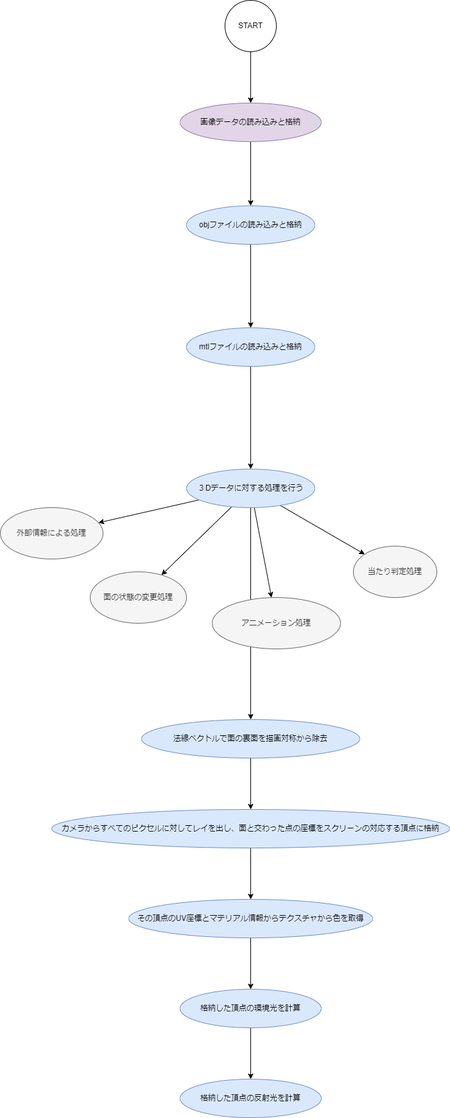
This is drawio/overrall.drawio.png from Tanso-mct/GLPA, a draw.io export, as it was before one commit. Source tidied: cells renumbered, new cells last; positions are measured from the earlier drawing's top-left corner, leaving out a move shared by most shapes.
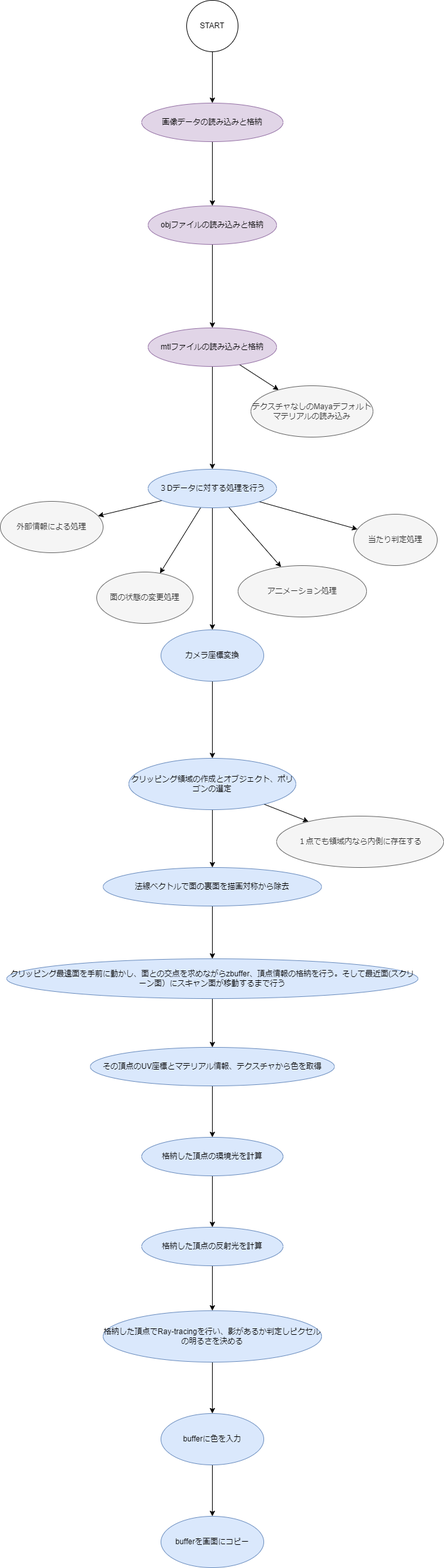
After the commit.

Commit message:
フローチャート進行

Change to the diagram source:
```diff
@@ -11,7 +11,7 @@
     <mxCell id="4" style="edgeStyle=none;html=1;fontFamily=Helvetica;fontSize=12;fontColor=#333333;" parent="1" edge="1" source="5" target="9">
       <mxGeometry relative="1" as="geometry" />
     </mxCell>
-    <mxCell id="5" value="objファイルの読み込みと格納" style="ellipse;whiteSpace=wrap;html=1;fontFamily=Helvetica;fontSize=12;align=center;strokeColor=#6c8ebf;fillColor=#dae8fc;" parent="1" vertex="1">
+    <mxCell id="5" value="objファイルの読み込みと格納" style="ellipse;whiteSpace=wrap;html=1;fontFamily=Helvetica;fontSize=12;align=center;strokeColor=#9673a6;fillColor=#e1d5e7;" parent="1" vertex="1">
       <mxGeometry x="290" y="320" width="200" height="60" as="geometry" />
     </mxCell>
     <mxCell id="6" style="edgeStyle=none;html=1;fontFamily=Helvetica;fontSize=12;fontColor=#333333;" parent="1" edge="1" source="7" target="5">
@@ -23,12 +23,12 @@
     <mxCell id="8" style="edgeStyle=none;html=1;fontFamily=Helvetica;fontSize=12;fontColor=#333333;" parent="1" edge="1" source="9" target="15">
       <mxGeometry relative="1" as="geometry" />
     </mxCell>
+    <mxCell id="29" style="edgeStyle=none;html=1;fontFamily=Helvetica;fontSize=12;fontColor=#333333;" parent="1" edge="1" source="9" target="32">
+      <mxGeometry relative="1" as="geometry" />
+    </mxCell>
-    <mxCell id="9" value="mtlファイルの読み込みと格納" style="ellipse;whiteSpace=wrap;html=1;fontFamily=Helvetica;fontSize=12;align=center;strokeColor=#6c8ebf;fillColor=#dae8fc;" parent="1" vertex="1">
+    <mxCell id="9" value="mtlファイルの読み込みと格納" style="ellipse;whiteSpace=wrap;html=1;fontFamily=Helvetica;fontSize=12;align=center;strokeColor=#9673a6;fillColor=#e1d5e7;" parent="1" vertex="1">
       <mxGeometry x="290" y="510" width="200" height="60" as="geometry" />
     </mxCell>
-    <mxCell id="10" style="edgeStyle=none;html=1;fontFamily=Helvetica;fontSize=12;fontColor=#333333;" parent="1" edge="1" source="15" target="17">
-      <mxGeometry relative="1" as="geometry" />
-    </mxCell>
     <mxCell id="11" style="edgeStyle=none;html=1;fontFamily=Helvetica;fontSize=12;fontColor=#333333;" parent="1" edge="1" source="15" target="25">
       <mxGeometry relative="1" as="geometry" />
     </mxCell>
@@ -41,6 +41,9 @@
     <mxCell id="14" style="edgeStyle=none;html=1;fontFamily=Helvetica;fontSize=12;fontColor=#333333;" parent="1" edge="1" source="15" target="28">
       <mxGeometry relative="1" as="geometry" />
     </mxCell>
+    <mxCell id="30" style="edgeStyle=none;html=1;fontFamily=Helvetica;fontSize=12;fontColor=#333333;" parent="1" edge="1" source="15" target="34">
+      <mxGeometry relative="1" as="geometry" />
+    </mxCell>
     <mxCell id="15" value="３Dデータに対する処理を行う" style="ellipse;whiteSpace=wrap;html=1;fontFamily=Helvetica;fontSize=12;align=center;strokeColor=#6c8ebf;fillColor=#dae8fc;" parent="1" vertex="1">
       <mxGeometry x="290" y="730" width="200" height="60" as="geometry" />
     </mxCell>
@@ -48,40 +51,79 @@
       <mxGeometry relative="1" as="geometry" />
     </mxCell>
     <mxCell id="17" value="法線ベクトルで面の裏面を描画対称から除去" style="ellipse;whiteSpace=wrap;html=1;fontFamily=Helvetica;fontSize=12;align=center;strokeColor=#6c8ebf;fillColor=#dae8fc;" parent="1" vertex="1">
-      <mxGeometry x="220" y="1120" width="340" height="60" as="geometry" />
+      <mxGeometry x="220" y="1350" width="340" height="60" as="geometry" />
     </mxCell>
     <mxCell id="18" style="edgeStyle=none;html=1;fontFamily=Helvetica;fontSize=12;fontColor=#333333;" parent="1" edge="1" source="19" target="24">
       <mxGeometry relative="1" as="geometry" />
     </mxCell>
-    <mxCell id="19" value="カメラからすべてのピクセルに対してレイを出し、面と交わった点の座標をスクリーンの対応する頂点に格納" style="ellipse;whiteSpace=wrap;html=1;fontFamily=Helvetica;fontSize=12;align=center;strokeColor=#6c8ebf;fillColor=#dae8fc;" parent="1" vertex="1">
-      <mxGeometry x="80" y="1260" width="620" height="60" as="geometry" />
+    <mxCell id="19" value="クリッピング最遠面を手前に動かし、面との交点を求めながらzbuffer、頂点情報の格納を行う。そして最近面(スクリーン面）にスキャン面が移動するまで行う" style="ellipse;whiteSpace=wrap;html=1;fontFamily=Helvetica;fontSize=12;align=center;strokeColor=#6c8ebf;fillColor=#dae8fc;" parent="1" vertex="1">
+      <mxGeometry x="70" y="1492.1" width="640" height="61.9" as="geometry" />
     </mxCell>
     <mxCell id="20" style="edgeStyle=none;html=1;fontFamily=Helvetica;fontSize=12;fontColor=#333333;" parent="1" edge="1" source="21" target="22">
       <mxGeometry relative="1" as="geometry" />
     </mxCell>
     <mxCell id="21" value="格納した頂点の環境光を計算" style="ellipse;whiteSpace=wrap;html=1;fontFamily=Helvetica;fontSize=12;align=center;strokeColor=#6c8ebf;fillColor=#dae8fc;" parent="1" vertex="1">
-      <mxGeometry x="280" y="1540" width="220" height="60" as="geometry" />
+      <mxGeometry x="280" y="1770" width="220" height="60" as="geometry" />
     </mxCell>
+    <mxCell id="31" style="edgeStyle=none;html=1;fontFamily=Helvetica;fontSize=12;fontColor=#333333;" parent="1" edge="1" source="22" target="39">
+      <mxGeometry relative="1" as="geometry" />
+    </mxCell>
     <mxCell id="22" value="格納した頂点の反射光を計算" style="ellipse;whiteSpace=wrap;html=1;fontFamily=Helvetica;fontSize=12;align=center;strokeColor=#6c8ebf;fillColor=#dae8fc;" parent="1" vertex="1">
-      <mxGeometry x="280" y="1680" width="220" height="60" as="geometry" />
+      <mxGeometry x="280" y="1910" width="220" height="60" as="geometry" />
     </mxCell>
     <mxCell id="23" style="edgeStyle=none;html=1;fontFamily=Helvetica;fontSize=12;fontColor=#333333;" parent="1" edge="1" source="24" target="21">
       <mxGeometry relative="1" as="geometry" />
     </mxCell>
-    <mxCell id="24" value="その頂点のUV座標とマテリアル情報からテクスチャから色を取得" style="ellipse;whiteSpace=wrap;html=1;fontFamily=Helvetica;fontSize=12;align=center;strokeColor=#6c8ebf;fillColor=#dae8fc;" parent="1" vertex="1">
-      <mxGeometry x="200" y="1400" width="380" height="60" as="geometry" />
+    <mxCell id="24" value="その頂点のUV座標とマテリアル情報、テクスチャから色を取得" style="ellipse;whiteSpace=wrap;html=1;fontFamily=Helvetica;fontSize=12;align=center;strokeColor=#6c8ebf;fillColor=#dae8fc;" parent="1" vertex="1">
+      <mxGeometry x="200" y="1630" width="380" height="60" as="geometry" />
     </mxCell>
     <mxCell id="25" value="当たり判定処理" style="ellipse;whiteSpace=wrap;html=1;strokeColor=#666666;fontFamily=Helvetica;fontSize=12;fontColor=#333333;fillColor=#f5f5f5;" parent="1" vertex="1">
-      <mxGeometry x="550" y="850" width="130" height="80" as="geometry" />
+      <mxGeometry x="610" y="800" width="130" height="80" as="geometry" />
     </mxCell>
     <mxCell id="26" value="アニメーション処理" style="ellipse;whiteSpace=wrap;html=1;strokeColor=#666666;fontFamily=Helvetica;fontSize=12;fontColor=#333333;fillColor=#f5f5f5;" parent="1" vertex="1">
-      <mxGeometry x="330" y="930" width="200" height="80" as="geometry" />
+      <mxGeometry x="430" y="880" width="200" height="80" as="geometry" />
     </mxCell>
     <mxCell id="27" value="面の状態の変更処理" style="ellipse;whiteSpace=wrap;html=1;strokeColor=#666666;fontFamily=Helvetica;fontSize=12;fontColor=#333333;fillColor=#f5f5f5;" parent="1" vertex="1">
-      <mxGeometry x="140" y="890" width="150" height="80" as="geometry" />
+      <mxGeometry x="210" y="890" width="150" height="80" as="geometry" />
     </mxCell>
     <mxCell id="28" value="外部情報による処理" style="ellipse;whiteSpace=wrap;html=1;strokeColor=#666666;fontFamily=Helvetica;fontSize=12;fontColor=#333333;fillColor=#f5f5f5;" parent="1" vertex="1">
-      <mxGeometry y="790" width="160" height="80" as="geometry" />
+      <mxGeometry x="60" y="780" width="160" height="80" as="geometry" />
     </mxCell>
+    <mxCell id="32" value="テクスチャなしのMayaデフォルトマテリアルの読み込み" style="ellipse;whiteSpace=wrap;html=1;fillColor=#f5f5f5;fontColor=#333333;strokeColor=#666666;" parent="1" vertex="1">
+      <mxGeometry x="450" y="600" width="190" height="80" as="geometry" />
+    </mxCell>
+    <mxCell id="33" style="edgeStyle=none;html=1;fontFamily=Helvetica;fontSize=12;fontColor=#333333;" parent="1" edge="1" source="34" target="37">
+      <mxGeometry relative="1" as="geometry" />
+    </mxCell>
+    <mxCell id="34" value="カメラ座標変換" style="ellipse;whiteSpace=wrap;html=1;strokeColor=#6c8ebf;fontFamily=Helvetica;fontSize=12;fillColor=#dae8fc;" parent="1" vertex="1">
+      <mxGeometry x="310" y="980" width="160" height="80" as="geometry" />
+    </mxCell>
+    <mxCell id="35" style="edgeStyle=none;html=1;fontFamily=Helvetica;fontSize=12;fontColor=#333333;" parent="1" edge="1" source="37" target="17">
+      <mxGeometry relative="1" as="geometry" />
+    </mxCell>
+    <mxCell id="36" style="edgeStyle=none;html=1;fontFamily=Helvetica;fontSize=12;fontColor=#333333;" parent="1" edge="1" source="37" target="40">
+      <mxGeometry relative="1" as="geometry" />
+    </mxCell>
+    <mxCell id="37" value="クリッピング領域の作成とオブジェクト、ポリゴンの選定" style="ellipse;whiteSpace=wrap;html=1;strokeColor=#6c8ebf;fontFamily=Helvetica;fontSize=12;fillColor=#dae8fc;" parent="1" vertex="1">
+      <mxGeometry x="260" y="1180" width="260" height="80" as="geometry" />
+    </mxCell>
+    <mxCell id="38" style="edgeStyle=none;html=1;fontFamily=Helvetica;fontSize=12;fontColor=#333333;" parent="1" edge="1" source="39" target="42">
+      <mxGeometry relative="1" as="geometry" />
+    </mxCell>
+    <mxCell id="39" value="格納した頂点でRay-tracingを行い、影があるか判定しピクセルの明るさを決める" style="ellipse;whiteSpace=wrap;html=1;fillColor=#dae8fc;strokeColor=#6c8ebf;" parent="1" vertex="1">
+      <mxGeometry x="220" y="2040" width="340" height="80" as="geometry" />
+    </mxCell>
+    <mxCell id="40" value="１点でも領域内なら内側に存在する" style="ellipse;whiteSpace=wrap;html=1;strokeColor=#666666;fontFamily=Helvetica;fontSize=12;fontColor=#333333;fillColor=#f5f5f5;" parent="1" vertex="1">
+      <mxGeometry x="490" y="1270" width="260" height="80" as="geometry" />
+    </mxCell>
+    <mxCell id="41" style="edgeStyle=none;html=1;fontFamily=Helvetica;fontSize=12;fontColor=#333333;" parent="1" edge="1" source="42" target="43">
+      <mxGeometry relative="1" as="geometry" />
+    </mxCell>
+    <mxCell id="42" value="bufferに色を入力" style="ellipse;whiteSpace=wrap;html=1;strokeColor=#6c8ebf;fontFamily=Helvetica;fontSize=12;fillColor=#dae8fc;" parent="1" vertex="1">
+      <mxGeometry x="310" y="2200" width="160" height="80" as="geometry" />
+    </mxCell>
+    <mxCell id="43" value="bufferを画面にコピー" style="ellipse;whiteSpace=wrap;html=1;strokeColor=#6c8ebf;fontFamily=Helvetica;fontSize=12;fillColor=#dae8fc;" parent="1" vertex="1">
+      <mxGeometry x="310" y="2360" width="160" height="80" as="geometry" />
+    </mxCell>
   </root>
 </mxGraphModel>
```
